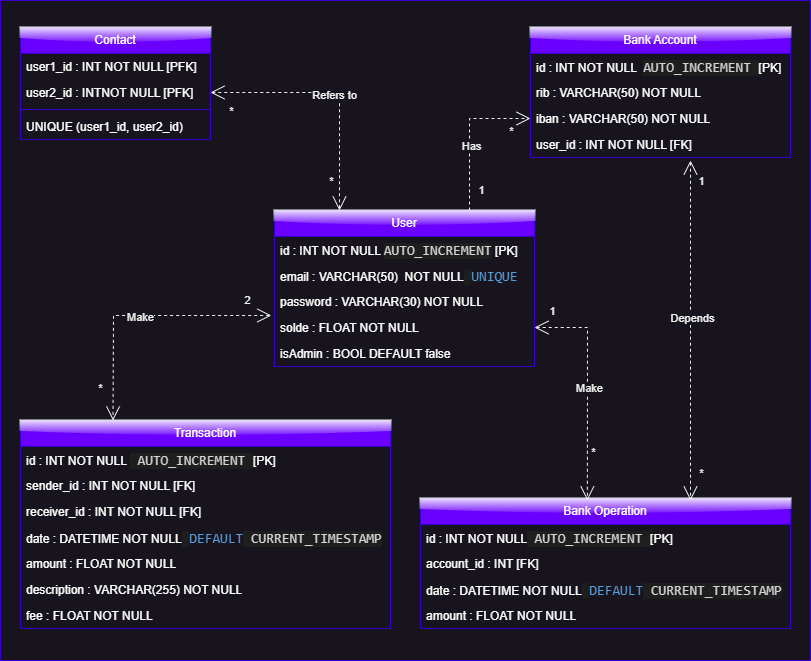
Before: readme/Modèle Physique de Données.png, a diagram exported from draw.io (Psolyvem/OC-Projet6). Source tidied: cells renumbered, new cells last; positions are measured from the earlier drawing's top-left corner, leaving out a move shared by most shapes.
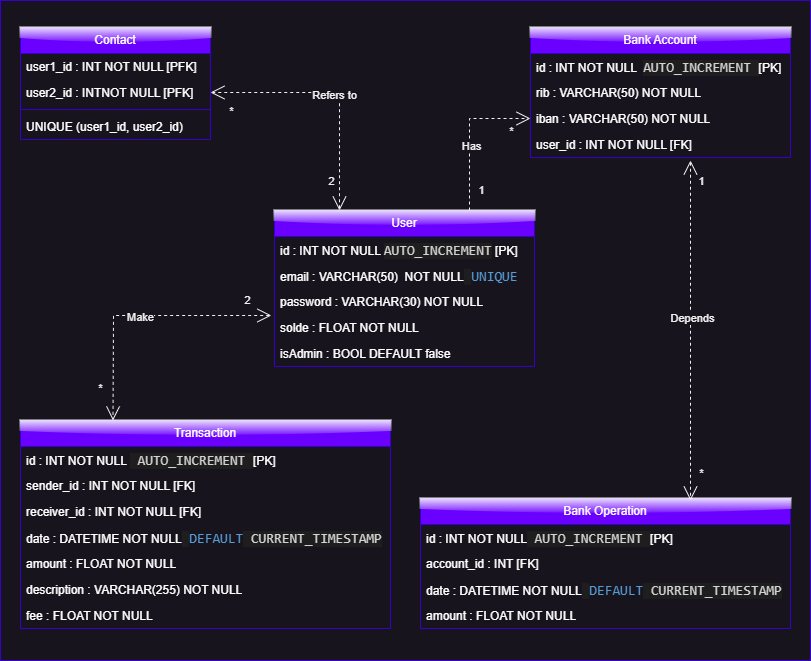
Above is the later version.

Commit message:
Correction to MPD

Diff of the diagram source:
```diff
@@ -20,26 +20,6 @@
     <mxCell id="7" value="amount : FLOAT&amp;nbsp;NOT NULL" style="text;strokeColor=none;fillColor=none;align=left;verticalAlign=top;spacingLeft=4;spacingRight=4;overflow=hidden;whiteSpace=wrap;html=1;glass=1;fontColor=#FFFFFF;" parent="3" vertex="1">
       <mxGeometry y="104" width="370" height="26" as="geometry" />
     </mxCell>
-    <mxCell id="8" style="endArrow=open;endSize=12;dashed=1;html=1;rounded=0;startArrow=open;startFill=0;startSize=12;exitX=1;exitY=0.5;exitDx=0;exitDy=0;entryX=0.451;entryY=0.015;entryDx=0;entryDy=0;entryPerimeter=0;" parent="1" edge="1" source="41" target="3">
-      <mxGeometry relative="1" as="geometry">
-        <Array as="points">
-          <mxPoint x="587" y="327" />
-        </Array>
-      </mxGeometry>
-    </mxCell>
-    <mxCell id="9" value="*" style="edgeLabel;html=1;align=center;verticalAlign=middle;" parent="8" vertex="1">
-      <mxGeometry x="0.8" y="-3" relative="1" as="geometry">
-        <mxPoint x="9" y="-26" as="offset" />
-      </mxGeometry>
-    </mxCell>
-    <mxCell id="10" value="Make" style="edgeLabel;html=1;align=center;verticalAlign=middle;" parent="8" vertex="1">
-      <mxGeometry y="2" relative="1" as="geometry" />
-    </mxCell>
-    <mxCell id="11" value="1" style="edgeLabel;html=1;align=center;verticalAlign=middle;" parent="8" vertex="1">
-      <mxGeometry x="-0.63" y="2" relative="1" as="geometry">
-        <mxPoint x="-25" y="-15" as="offset" />
-      </mxGeometry>
-    </mxCell>
     <mxCell id="12" style="endArrow=open;endSize=12;dashed=1;html=1;rounded=0;startArrow=open;startFill=0;startSize=12;" parent="1" edge="1">
       <mxGeometry relative="1" as="geometry">
         <mxPoint x="690" y="160" as="sourcePoint" />
@@ -170,7 +150,7 @@
         <mxPoint x="-5" y="21" as="offset" />
       </mxGeometry>
     </mxCell>
-    <mxCell id="45" value="*" style="edgeLabel;html=1;align=center;verticalAlign=middle;" parent="43" vertex="1">
+    <mxCell id="45" value="2" style="edgeLabel;html=1;align=center;verticalAlign=middle;" parent="43" vertex="1">
       <mxGeometry x="-0.79" y="-2" relative="1" as="geometry">
         <mxPoint x="-11" y="-4" as="offset" />
       </mxGeometry>
```
